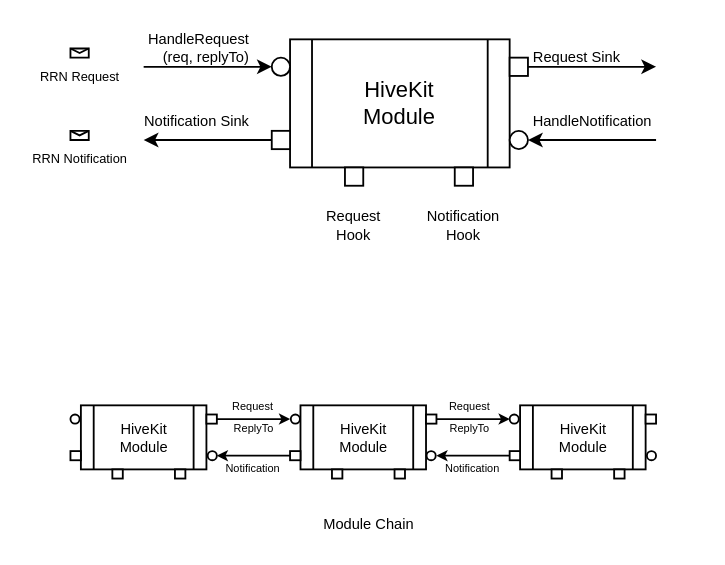
This is page "HiveKit Module" (1 of 7) of docs/hivekit.drawio from hiveot/hivekit, a draw.io file, before an edit. Source tidied: cells renumbered, new cells numbered last; positions are measured from the earlier drawing's top-left corner, leaving out a move shared by most shapes. Both pictures are drawn from the tidied source at 183%, with x=0, y=0 at pixel (70, 38).
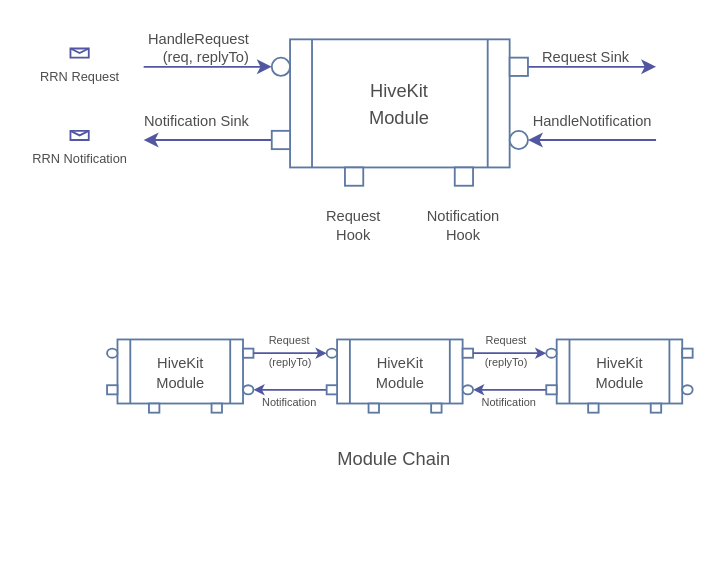
After the change.

Change to the diagram source:
```diff
@@
-    <mxCell id="2" value="HandleRequest (req, replyTo)" style="text;html=1;align=right;verticalAlign=middle;whiteSpace=wrap;rounded=0;fontSize=8;" parent="1" vertex="1">
+    <mxCell id="2" value="HandleRequest (req, replyTo)" style="text;html=1;align=right;verticalAlign=middle;whiteSpace=wrap;rounded=0;fontSize=8;fontColor=#4D4D4D;" parent="1" vertex="1">
       <mxGeometry x="40" width="60" height="10" as="geometry" />
     </mxCell>
-    <mxCell id="3" value="HandleNotification" style="text;html=1;align=right;verticalAlign=middle;whiteSpace=wrap;rounded=0;fontSize=8;" parent="1" vertex="1">
+    <mxCell id="3" value="HandleNotification" style="text;html=1;align=right;verticalAlign=middle;whiteSpace=wrap;rounded=0;fontSize=8;fontColor=#4D4D4D;" parent="1" vertex="1">
       <mxGeometry x="260" y="40" width="60" height="10" as="geometry" />
     </mxCell>
-    <mxCell id="4" value="Request Sink&amp;nbsp;" style="text;html=1;align=right;verticalAlign=middle;whiteSpace=wrap;rounded=0;fontSize=8;" parent="1" vertex="1">
-      <mxGeometry x="245" y="5" width="60" height="10" as="geometry" />
+    <mxCell id="4" value="Request Sink&amp;nbsp;" style="text;html=1;align=right;verticalAlign=middle;whiteSpace=wrap;rounded=0;fontSize=8;fontColor=#4D4D4D;" parent="1" vertex="1">
+      <mxGeometry x="250" y="5" width="60" height="10" as="geometry" />
     </mxCell>
-    <mxCell id="5" value="Notification Sink" style="text;html=1;align=right;verticalAlign=middle;whiteSpace=wrap;rounded=0;fontSize=8;" parent="1" vertex="1">
+    <mxCell id="5" value="Notification Sink" style="text;html=1;align=right;verticalAlign=middle;whiteSpace=wrap;rounded=0;fontSize=8;fontColor=#4D4D4D;" parent="1" vertex="1">
       <mxGeometry x="40" y="40" width="60" height="10" as="geometry" />
     </mxCell>
-    <mxCell id="6" value="Notification Hook" style="text;html=1;align=center;verticalAlign=middle;whiteSpace=wrap;rounded=0;fontSize=8;" parent="1" vertex="1">
+    <mxCell id="6" value="Notification Hook" style="text;html=1;align=center;verticalAlign=middle;whiteSpace=wrap;rounded=0;fontSize=8;fontColor=#4D4D4D;" parent="1" vertex="1">
       <mxGeometry x="185" y="94" width="60" height="16" as="geometry" />
     </mxCell>
-    <mxCell id="7" value="Request Hook" style="text;html=1;align=center;verticalAlign=middle;whiteSpace=wrap;rounded=0;fontSize=8;" parent="1" vertex="1">
+    <mxCell id="7" value="Request Hook" style="text;html=1;align=center;verticalAlign=middle;whiteSpace=wrap;rounded=0;fontSize=8;fontColor=#4D4D4D;" parent="1" vertex="1">
       <mxGeometry x="135" y="94" width="40" height="16" as="geometry" />
     </mxCell>
-    <mxCell id="8" value="RRN Request" style="shape=message;html=1;html=1;labelPosition=center;verticalLabelPosition=bottom;align=center;verticalAlign=top;fontSize=7;noLabel=0;direction=east;" parent="1" vertex="1">
+    <mxCell id="8" value="RRN Request" style="shape=message;html=1;html=1;labelPosition=center;verticalLabelPosition=bottom;align=center;verticalAlign=top;fontSize=7;direction=east;strokeColor=#5257A1;fontColor=#4D4D4D;" parent="1" vertex="1">
       <mxGeometry y="5" width="10" height="5" as="geometry" />
     </mxCell>
-    <mxCell id="9" value="RRN Notification" style="shape=message;html=1;html=1;labelPosition=center;verticalLabelPosition=bottom;align=center;verticalAlign=top;fontSize=7;" parent="1" vertex="1">
+    <mxCell id="9" value="RRN Notification" style="shape=message;html=1;html=1;labelPosition=center;verticalLabelPosition=bottom;align=center;verticalAlign=top;fontSize=7;strokeColor=#5257A1;fontColor=#4D4D4D;" parent="1" vertex="1">
       <mxGeometry y="50" width="10" height="5" as="geometry" />
     </mxCell>
-    <mxCell id="10" style="endArrow=classic;html=1;rounded=0;endSize=5;" parent="1" edge="1">
+    <mxCell id="10" style="endArrow=classic;html=1;rounded=0;endSize=5;strokeColor=#5257A1;" parent="1" edge="1">
       <mxGeometry relative="1" as="geometry">
         <mxPoint x="250" y="15" as="sourcePoint" />
         <mxPoint x="320" y="15" as="targetPoint" />
       </mxGeometry>
     </mxCell>
-    <mxCell id="11" style="endArrow=classic;html=1;rounded=0;entryX=1;entryY=0.5;entryDx=0;entryDy=0;endSize=5;" parent="1" edge="1">
+    <mxCell id="11" style="endArrow=classic;html=1;rounded=0;entryX=1;entryY=0.5;entryDx=0;entryDy=0;endSize=5;strokeColor=#5257A1;" parent="1" edge="1">
       <mxGeometry relative="1" as="geometry">
         <mxPoint x="320" y="55" as="sourcePoint" />
         <mxPoint x="250" y="55" as="targetPoint" />
       </mxGeometry>
     </mxCell>
-    <mxCell id="12" style="endArrow=classic;html=1;rounded=0;entryX=1;entryY=0.5;entryDx=0;entryDy=0;endSize=5;" parent="1" edge="1">
+    <mxCell id="12" style="endArrow=classic;html=1;rounded=0;entryX=1;entryY=0.5;entryDx=0;entryDy=0;endSize=5;strokeColor=#5257A1;" parent="1" edge="1">
       <mxGeometry relative="1" as="geometry">
         <mxPoint x="110" y="55" as="sourcePoint" />
         <mxPoint x="40" y="55" as="targetPoint" />
       </mxGeometry>
     </mxCell>
-    <mxCell id="13" style="endArrow=classic;html=1;rounded=0;endSize=5;" parent="1" edge="1">
+    <mxCell id="13" style="endArrow=classic;html=1;rounded=0;endSize=5;strokeColor=#5257A1;" parent="1" edge="1">
       <mxGeometry relative="1" as="geometry">
         <mxPoint x="40" y="15" as="sourcePoint" />
         <mxPoint x="110" y="15" as="targetPoint" />
       </mxGeometry>
     </mxCell>
-    <mxCell id="14" style="group;" parent="1" vertex="1">
+    <mxCell id="14" style="group;fontSize=9;" parent="1" vertex="1">
       <mxGeometry x="110" width="140" height="80" as="geometry" />
     </mxCell>
-    <mxCell id="15" value="HiveKit&lt;div&gt;&lt;div&gt;Module&lt;/div&gt;&lt;/div&gt;" style="shape=process;whiteSpace=wrap;html=1;backgroundOutline=1;" parent="14" vertex="1">
+    <mxCell id="15" value="&lt;font style=&quot;color: rgb(77, 77, 77); font-size: 10px;&quot;&gt;HiveKit&lt;/font&gt;&lt;div&gt;&lt;div&gt;&lt;font style=&quot;color: rgb(77, 77, 77); font-size: 10px;&quot;&gt;Module&lt;/font&gt;&lt;/div&gt;&lt;/div&gt;" style="shape=process;whiteSpace=wrap;html=1;backgroundOutline=1;strokeColor=#5C79A3;" parent="14" vertex="1">
       <mxGeometry x="10" width="120" height="70" as="geometry" />
     </mxCell>
-    <mxCell id="16" style="html=1;rounded=0;" parent="14" vertex="1">
+    <mxCell id="16" style="html=1;rounded=0;strokeColor=#5C79A3;" parent="14" vertex="1">
       <mxGeometry x="130" y="10" width="10" height="10" as="geometry" />
     </mxCell>
-    <mxCell id="17" style="html=1;rounded=0;rotation=-180;" parent="14" vertex="1">
+    <mxCell id="17" style="html=1;rounded=0;rotation=-180;strokeColor=#5C79A3;" parent="14" vertex="1">
       <mxGeometry y="50" width="10" height="10" as="geometry" />
     </mxCell>
-    <mxCell id="18" style="html=1;rounded=0;rotation=-180;" parent="14" vertex="1">
+    <mxCell id="18" style="html=1;rounded=0;rotation=-180;strokeColor=#5C79A3;" parent="14" vertex="1">
       <mxGeometry x="40" y="70" width="10" height="10" as="geometry" />
     </mxCell>
-    <mxCell id="19" style="html=1;rounded=0;rotation=-180;" parent="14" vertex="1">
+    <mxCell id="19" style="html=1;rounded=0;rotation=-180;strokeColor=#5C79A3;" parent="14" vertex="1">
       <mxGeometry x="100" y="70" width="10" height="10" as="geometry" />
     </mxCell>
-    <mxCell id="20" style="ellipse;whiteSpace=wrap;html=1;" parent="14" vertex="1">
+    <mxCell id="20" style="ellipse;whiteSpace=wrap;html=1;strokeColor=#5C79A3;" parent="14" vertex="1">
       <mxGeometry y="10" width="10" height="10" as="geometry" />
     </mxCell>
-    <mxCell id="21" style="ellipse;whiteSpace=wrap;html=1;" parent="14" vertex="1">
+    <mxCell id="21" style="ellipse;whiteSpace=wrap;html=1;strokeColor=#5C79A3;" parent="14" vertex="1">
       <mxGeometry x="130" y="50" width="10" height="10" as="geometry" />
     </mxCell>
-    <mxCell id="22" style="group;" parent="1" vertex="1">
-      <mxGeometry y="200" width="80" height="40" as="geometry" />
-    </mxCell>
-    <mxCell id="23" value="HiveKit&lt;div&gt;&lt;div&gt;Module&lt;/div&gt;&lt;/div&gt;" style="shape=process;whiteSpace=wrap;html=1;backgroundOutline=1;fontSize=8;" parent="22" vertex="1">
-      <mxGeometry x="5.7" width="68.6" height="35" as="geometry" />
-    </mxCell>
-    <mxCell id="24" style="edgeStyle=orthogonalEdgeStyle;rounded=0;jettySize=auto;html=1;endSize=3;" parent="22" edge="1" source="25">
-      <mxGeometry relative="1" as="geometry">
-        <mxPoint x="120" y="7.5" as="targetPoint" />
-      </mxGeometry>
-    </mxCell>
-    <mxCell id="25" style="html=1;rounded=0;" parent="22" vertex="1">
-      <mxGeometry x="74.3" y="5" width="5.7" height="5" as="geometry" />
-    </mxCell>
-    <mxCell id="26" style="html=1;rounded=0;rotation=-180;" parent="22" vertex="1">
-      <mxGeometry y="25" width="5.7" height="5" as="geometry" />
-    </mxCell>
-    <mxCell id="27" style="html=1;rounded=0;rotation=-180;" parent="22" vertex="1">
-      <mxGeometry x="22.9" y="35" width="5.7" height="5" as="geometry" />
-    </mxCell>
-    <mxCell id="28" style="html=1;rounded=0;rotation=-180;" parent="22" vertex="1">
-      <mxGeometry x="57.1" y="35" width="5.7" height="5" as="geometry" />
-    </mxCell>
-    <mxCell id="29" style="ellipse;whiteSpace=wrap;html=1;rotation=0;" parent="22" vertex="1">
-      <mxGeometry y="5" width="5" height="5" as="geometry" />
-    </mxCell>
-    <mxCell id="30" style="ellipse;whiteSpace=wrap;html=1;rotation=0;" parent="22" vertex="1">
-      <mxGeometry x="75" y="25" width="5" height="5" as="geometry" />
-    </mxCell>
-    <mxCell id="31" style="group;" parent="1" vertex="1">
-      <mxGeometry x="120" y="200" width="80" height="40" as="geometry" />
-    </mxCell>
-    <mxCell id="32" value="HiveKit&lt;div&gt;&lt;div&gt;Module&lt;/div&gt;&lt;/div&gt;" style="shape=process;whiteSpace=wrap;html=1;backgroundOutline=1;fontSize=8;" parent="31" vertex="1">
-      <mxGeometry x="5.7" width="68.6" height="35" as="geometry" />
-    </mxCell>
-    <mxCell id="33" style="edgeStyle=orthogonalEdgeStyle;rounded=0;jettySize=auto;html=1;endSize=3;startSize=3;" parent="31" edge="1" source="34">
-      <mxGeometry relative="1" as="geometry">
-        <mxPoint x="120" y="7.5" as="targetPoint" />
-      </mxGeometry>
-    </mxCell>
-    <mxCell id="34" style="html=1;rounded=0;" parent="31" vertex="1">
-      <mxGeometry x="74.3" y="5" width="5.7" height="5" as="geometry" />
-    </mxCell>
-    <mxCell id="35" style="edgeStyle=orthogonalEdgeStyle;rounded=0;jettySize=auto;html=1;endSize=3;startSize=3;" parent="31" edge="1" source="36">
-      <mxGeometry relative="1" as="geometry">
-        <mxPoint x="-40" y="27.5" as="targetPoint" />
-      </mxGeometry>
-    </mxCell>
-    <mxCell id="36" style="html=1;rounded=0;rotation=-180;" parent="31" vertex="1">
-      <mxGeometry y="25" width="5.7" height="5" as="geometry" />
-    </mxCell>
-    <mxCell id="37" style="html=1;rounded=0;rotation=-180;" parent="31" vertex="1">
-      <mxGeometry x="22.9" y="35" width="5.7" height="5" as="geometry" />
-    </mxCell>
-    <mxCell id="38" style="html=1;rounded=0;rotation=-180;" parent="31" vertex="1">
-      <mxGeometry x="57.1" y="35" width="5.7" height="5" as="geometry" />
-    </mxCell>
-    <mxCell id="39" style="ellipse;whiteSpace=wrap;html=1;rotation=0;" parent="31" vertex="1">
-      <mxGeometry x="0.4" y="5" width="5" height="5" as="geometry" />
-    </mxCell>
-    <mxCell id="40" style="ellipse;whiteSpace=wrap;html=1;rotation=0;" parent="31" vertex="1">
-      <mxGeometry x="74.6" y="25" width="5" height="5" as="geometry" />
-    </mxCell>
-    <mxCell id="41" style="group;" parent="1" vertex="1">
-      <mxGeometry x="240" y="200" width="80" height="40" as="geometry" />
-    </mxCell>
-    <mxCell id="42" value="HiveKit&lt;div&gt;&lt;div&gt;Module&lt;/div&gt;&lt;/div&gt;" style="shape=process;whiteSpace=wrap;html=1;backgroundOutline=1;fontSize=8;" parent="41" vertex="1">
-      <mxGeometry x="5.7" width="68.6" height="35" as="geometry" />
-    </mxCell>
-    <mxCell id="43" style="html=1;rounded=0;" parent="41" vertex="1">
-      <mxGeometry x="74.3" y="5" width="5.7" height="5" as="geometry" />
-    </mxCell>
-    <mxCell id="44" style="edgeStyle=orthogonalEdgeStyle;rounded=0;jettySize=auto;html=1;endSize=3;startSize=3;" parent="41" edge="1" source="45">
-      <mxGeometry relative="1" as="geometry">
-        <mxPoint x="-40" y="27.5" as="targetPoint" />
-      </mxGeometry>
-    </mxCell>
-    <mxCell id="45" style="html=1;rounded=0;rotation=-180;" parent="41" vertex="1">
-      <mxGeometry y="25" width="5.7" height="5" as="geometry" />
-    </mxCell>
-    <mxCell id="46" style="html=1;rounded=0;rotation=-180;" parent="41" vertex="1">
-      <mxGeometry x="22.9" y="35" width="5.7" height="5" as="geometry" />
-    </mxCell>
-    <mxCell id="47" style="html=1;rounded=0;rotation=-180;" parent="41" vertex="1">
-      <mxGeometry x="57.1" y="35" width="5.7" height="5" as="geometry" />
-    </mxCell>
-    <mxCell id="48" style="ellipse;whiteSpace=wrap;html=1;rotation=0;" parent="41" vertex="1">
-      <mxGeometry x="75" y="25" width="5" height="5" as="geometry" />
-    </mxCell>
-    <mxCell id="49" style="ellipse;whiteSpace=wrap;html=1;rotation=0;" parent="41" vertex="1">
-      <mxGeometry y="5" width="5" height="5" as="geometry" />
-    </mxCell>
-    <mxCell id="50" value="Notification" style="text;html=1;align=center;verticalAlign=middle;whiteSpace=wrap;rounded=0;fontSize=6;" parent="1" vertex="1">
-      <mxGeometry x="75" y="230" width="50" height="10" as="geometry" />
+    <mxCell id="50" value="Notification" style="text;html=1;align=center;verticalAlign=middle;whiteSpace=wrap;rounded=0;fontSize=6;fontColor=#4D4D4D;" parent="1" vertex="1">
+      <mxGeometry x="95" y="194" width="50" height="10" as="geometry" />
     </mxCell>
-    <mxCell id="51" value="Request" style="text;html=1;align=center;verticalAlign=middle;whiteSpace=wrap;rounded=0;fontSize=6;" parent="1" vertex="1">
-      <mxGeometry x="75" y="196" width="50" height="10" as="geometry" />
+    <mxCell id="51" value="Request" style="text;html=1;align=center;verticalAlign=middle;whiteSpace=wrap;rounded=0;fontSize=6;fontColor=#4D4D4D;" parent="1" vertex="1">
+      <mxGeometry x="95" y="160" width="50" height="10" as="geometry" />
     </mxCell>
-    <mxCell id="52" value="Notification" style="text;html=1;align=center;verticalAlign=middle;whiteSpace=wrap;rounded=0;fontSize=6;" parent="1" vertex="1">
-      <mxGeometry x="195" y="230" width="50" height="10" as="geometry" />
+    <mxCell id="52" value="Notification" style="text;html=1;align=center;verticalAlign=middle;whiteSpace=wrap;rounded=0;fontSize=6;fontColor=#4D4D4D;" parent="1" vertex="1">
+      <mxGeometry x="215" y="194" width="50" height="10" as="geometry" />
     </mxCell>
-    <mxCell id="53" value="Request" style="text;html=1;align=center;verticalAlign=middle;whiteSpace=wrap;rounded=0;fontSize=6;" parent="1" vertex="1">
-      <mxGeometry x="204.5" y="196" width="27" height="10" as="geometry" />
+    <mxCell id="53" value="Request" style="text;html=1;align=center;verticalAlign=middle;whiteSpace=wrap;rounded=0;fontSize=6;fontColor=#4D4D4D;" parent="1" vertex="1">
+      <mxGeometry x="224.5" y="160" width="27" height="10" as="geometry" />
     </mxCell>
-    <mxCell id="54" value="Module Chain" style="text;html=1;align=right;verticalAlign=middle;whiteSpace=wrap;rounded=0;fontSize=8;" parent="1" vertex="1">
-      <mxGeometry x="130" y="260" width="60" height="10" as="geometry" />
+    <mxCell id="54" value="Module Chain" style="text;html=1;align=right;verticalAlign=middle;whiteSpace=wrap;rounded=0;fontSize=10;fontColor=#4D4D4D;" parent="1" vertex="1">
+      <mxGeometry x="140" y="224" width="70" height="10" as="geometry" />
     </mxCell>
-    <mxCell id="55" value="ReplyTo" style="text;html=1;align=center;verticalAlign=middle;whiteSpace=wrap;rounded=0;fontSize=6;" parent="1" vertex="1">
-      <mxGeometry x="204.5" y="208" width="27" height="10" as="geometry" />
+    <mxCell id="55" value="(replyTo)" style="text;html=1;align=center;verticalAlign=middle;whiteSpace=wrap;rounded=0;fontSize=6;fontColor=#4D4D4D;" parent="1" vertex="1">
+      <mxGeometry x="224.5" y="172" width="27" height="10" as="geometry" />
     </mxCell>
-    <mxCell id="56" value="ReplyTo" style="text;html=1;align=center;verticalAlign=middle;whiteSpace=wrap;rounded=0;fontSize=6;" parent="1" vertex="1">
-      <mxGeometry x="86.5" y="208" width="27" height="10" as="geometry" />
+    <mxCell id="56" value="(replyTo)" style="text;html=1;align=center;verticalAlign=middle;whiteSpace=wrap;rounded=0;fontSize=6;fontColor=#4D4D4D;" parent="1" vertex="1">
+      <mxGeometry x="106.5" y="172" width="27" height="10" as="geometry" />
     </mxCell>
+    <mxCell id="57" style="group;" parent="1" vertex="1">
+      <mxGeometry x="260" y="164" width="80" height="40" as="geometry" />
+    </mxCell>
+    <mxCell id="58" value="&lt;font style=&quot;font-size: 8px;&quot;&gt;HiveKit&lt;/font&gt;&lt;div&gt;&lt;div&gt;&lt;font style=&quot;font-size: 8px;&quot;&gt;Module&lt;/font&gt;&lt;/div&gt;&lt;/div&gt;" style="shape=process;whiteSpace=wrap;html=1;backgroundOutline=1;strokeColor=#5C79A3;fontSize=9;fontColor=#4D4D4D;" parent="57" vertex="1">
+      <mxGeometry x="5.7" width="68.6" height="35" as="geometry" />
+    </mxCell>
+    <mxCell id="59" style="html=1;rounded=0;strokeColor=#5C79A3;" parent="57" vertex="1">
+      <mxGeometry x="74.3" y="5" width="5.7" height="5" as="geometry" />
+    </mxCell>
+    <mxCell id="60" style="edgeStyle=orthogonalEdgeStyle;rounded=0;jettySize=auto;html=1;startSize=3;endSize=3;strokeColor=#5257A1;" parent="57" edge="1" source="61">
+      <mxGeometry relative="1" as="geometry">
+        <mxPoint x="-40" y="27.5" as="targetPoint" />
+      </mxGeometry>
+    </mxCell>
+    <mxCell id="61" style="html=1;rounded=0;rotation=-180;strokeColor=#5C79A3;" parent="57" vertex="1">
+      <mxGeometry y="25" width="5.7" height="5" as="geometry" />
+    </mxCell>
+    <mxCell id="62" style="html=1;rounded=0;rotation=-180;strokeColor=#5C79A3;" parent="57" vertex="1">
+      <mxGeometry x="22.9" y="35" width="5.7" height="5" as="geometry" />
+    </mxCell>
+    <mxCell id="63" style="html=1;rounded=0;rotation=-180;strokeColor=#5C79A3;" parent="57" vertex="1">
+      <mxGeometry x="57.1" y="35" width="5.7" height="5" as="geometry" />
+    </mxCell>
+    <mxCell id="64" style="ellipse;whiteSpace=wrap;html=1;strokeColor=#5C79A3;" parent="57" vertex="1">
+      <mxGeometry y="5" width="5.7" height="5" as="geometry" />
+    </mxCell>
+    <mxCell id="65" style="ellipse;whiteSpace=wrap;html=1;strokeColor=#5C79A3;" parent="57" vertex="1">
+      <mxGeometry x="74.3" y="25" width="5.7" height="5" as="geometry" />
+    </mxCell>
+    <mxCell id="66" style="group;" parent="1" vertex="1">
+      <mxGeometry x="140" y="164" width="80" height="40" as="geometry" />
+    </mxCell>
+    <mxCell id="67" value="&lt;font style=&quot;font-size: 8px;&quot;&gt;HiveKit&lt;/font&gt;&lt;div&gt;&lt;div&gt;&lt;font style=&quot;font-size: 8px;&quot;&gt;Module&lt;/font&gt;&lt;/div&gt;&lt;/div&gt;" style="shape=process;whiteSpace=wrap;html=1;backgroundOutline=1;strokeColor=#5C79A3;fontSize=9;fontColor=#4D4D4D;" parent="66" vertex="1">
+      <mxGeometry x="5.7" width="68.6" height="35" as="geometry" />
+    </mxCell>
+    <mxCell id="68" style="html=1;rounded=0;strokeColor=#5C79A3;" parent="66" vertex="1">
+      <mxGeometry x="74.3" y="5" width="5.7" height="5" as="geometry" />
+    </mxCell>
+    <mxCell id="69" style="edgeStyle=orthogonalEdgeStyle;rounded=0;jettySize=auto;html=1;endSize=3;startSize=3;strokeColor=#5257A1;" parent="66" edge="1" source="70">
+      <mxGeometry relative="1" as="geometry">
+        <mxPoint x="-40" y="27.5" as="targetPoint" />
+      </mxGeometry>
+    </mxCell>
+    <mxCell id="70" style="html=1;rounded=0;rotation=-180;strokeColor=#5C79A3;" parent="66" vertex="1">
+      <mxGeometry y="25" width="5.7" height="5" as="geometry" />
+    </mxCell>
+    <mxCell id="71" style="html=1;rounded=0;rotation=-180;strokeColor=#5C79A3;" parent="66" vertex="1">
+      <mxGeometry x="22.9" y="35" width="5.7" height="5" as="geometry" />
+    </mxCell>
+    <mxCell id="72" style="html=1;rounded=0;rotation=-180;strokeColor=#5C79A3;" parent="66" vertex="1">
+      <mxGeometry x="57.1" y="35" width="5.7" height="5" as="geometry" />
+    </mxCell>
+    <mxCell id="73" style="ellipse;whiteSpace=wrap;html=1;strokeColor=#5C79A3;" parent="66" vertex="1">
+      <mxGeometry y="5" width="5.7" height="5" as="geometry" />
+    </mxCell>
+    <mxCell id="74" style="ellipse;whiteSpace=wrap;html=1;strokeColor=#5C79A3;" parent="66" vertex="1">
+      <mxGeometry x="74.3" y="25" width="5.7" height="5" as="geometry" />
+    </mxCell>
+    <mxCell id="75" style="edgeStyle=orthogonalEdgeStyle;rounded=0;jettySize=auto;html=1;entryX=0;entryY=0.5;entryDx=0;entryDy=0;fontSize=10;endSize=3;strokeColor=#5257A1;" parent="1" edge="1" source="68" target="64">
+      <mxGeometry relative="1" as="geometry" />
+    </mxCell>
+    <mxCell id="76" style="group;" parent="1" vertex="1">
+      <mxGeometry x="20" y="164" width="80" height="40" as="geometry" />
+    </mxCell>
+    <mxCell id="77" value="&lt;font style=&quot;font-size: 8px;&quot;&gt;HiveKit&lt;/font&gt;&lt;div&gt;&lt;div&gt;&lt;font style=&quot;font-size: 8px;&quot;&gt;Module&lt;/font&gt;&lt;/div&gt;&lt;/div&gt;" style="shape=process;whiteSpace=wrap;html=1;backgroundOutline=1;strokeColor=#5C79A3;fontSize=9;fontColor=#4D4D4D;" parent="76" vertex="1">
+      <mxGeometry x="5.7" width="68.6" height="35" as="geometry" />
+    </mxCell>
+    <mxCell id="78" style="html=1;rounded=0;strokeColor=#5C79A3;" parent="76" vertex="1">
+      <mxGeometry x="74.3" y="5" width="5.7" height="5" as="geometry" />
+    </mxCell>
+    <mxCell id="79" style="html=1;rounded=0;rotation=-180;strokeColor=#5C79A3;" parent="76" vertex="1">
+      <mxGeometry y="25" width="5.7" height="5" as="geometry" />
+    </mxCell>
+    <mxCell id="80" style="html=1;rounded=0;rotation=-180;strokeColor=#5C79A3;" parent="76" vertex="1">
+      <mxGeometry x="22.9" y="35" width="5.7" height="5" as="geometry" />
+    </mxCell>
+    <mxCell id="81" style="html=1;rounded=0;rotation=-180;strokeColor=#5C79A3;" parent="76" vertex="1">
+      <mxGeometry x="57.1" y="35" width="5.7" height="5" as="geometry" />
+    </mxCell>
+    <mxCell id="82" style="ellipse;whiteSpace=wrap;html=1;strokeColor=#5C79A3;" parent="76" vertex="1">
+      <mxGeometry y="5" width="5.7" height="5" as="geometry" />
+    </mxCell>
+    <mxCell id="83" style="ellipse;whiteSpace=wrap;html=1;strokeColor=#5C79A3;" parent="76" vertex="1">
+      <mxGeometry x="74.3" y="25" width="5.7" height="5" as="geometry" />
+    </mxCell>
+    <mxCell id="84" style="edgeStyle=orthogonalEdgeStyle;rounded=0;jettySize=auto;html=1;entryX=0;entryY=0.5;entryDx=0;entryDy=0;endSize=3;startSize=3;strokeColor=#5257A1;" parent="1" edge="1" source="78" target="73">
+      <mxGeometry relative="1" as="geometry" />
+    </mxCell>
```
